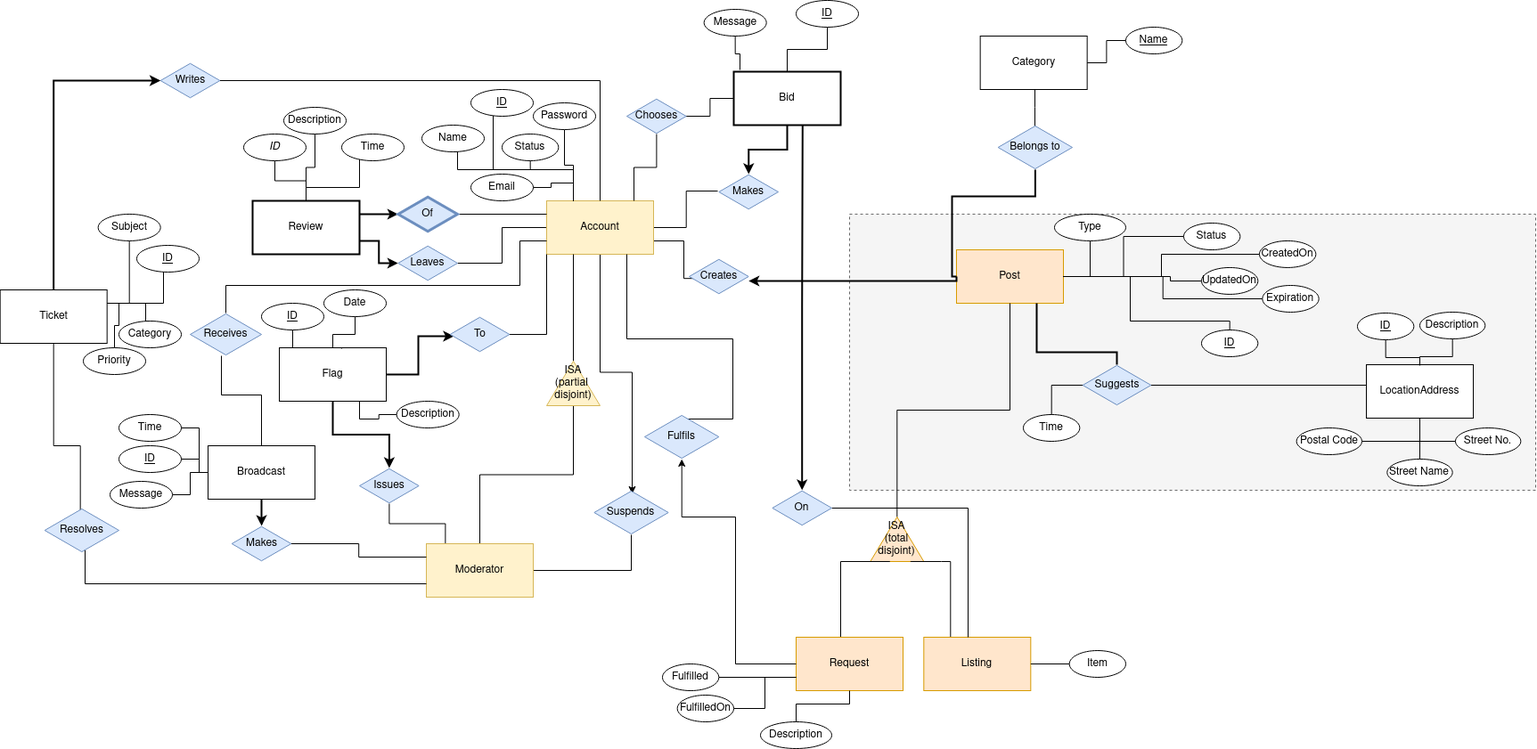
aliuwho/cpsc-304-project keeps this draw.io diagram as UBC Give ER Diagram.drawio.png. Above is the earlier version. Source tidied: cells renumbered, new cells last; positions are measured from the earlier drawing's top-left corner, leaving out a move shared by most shapes.
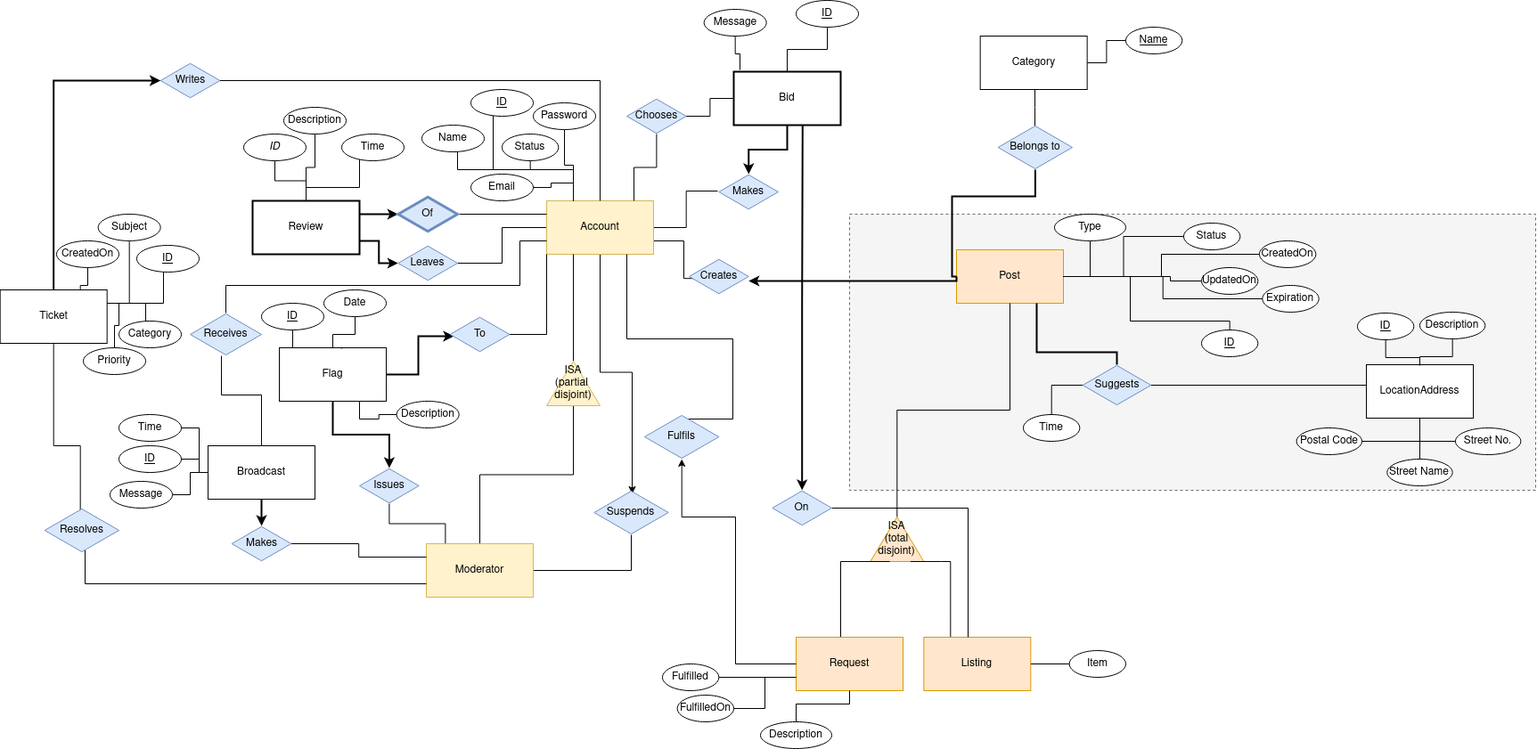
The same file after the commit.

Commit message:
Added ticket createdOn

The edit, as a diff of the source:
```diff
@@ -567,5 +567,11 @@
     <mxCell id="143" value="Type" style="ellipse;whiteSpace=wrap;html=1;align=center;" parent="1" vertex="1">
       <mxGeometry x="1183" y="239.9" width="80" height="30" as="geometry" />
     </mxCell>
+    <mxCell id="144" style="edgeStyle=orthogonalEdgeStyle;rounded=0;jettySize=auto;html=1;endArrow=none;endFill=0;entryX=0.75;entryY=0;entryDx=0;entryDy=0;" parent="1" edge="1" source="145" target="24">
+      <mxGeometry relative="1" as="geometry" />
+    </mxCell>
+    <mxCell id="145" value="&lt;div&gt;CreatedOn&lt;/div&gt;" style="ellipse;whiteSpace=wrap;html=1;rounded=0;" parent="1" vertex="1">
+      <mxGeometry x="63" y="269.9" width="70" height="30" as="geometry" />
+    </mxCell>
   </root>
 </mxGraphModel>
```
